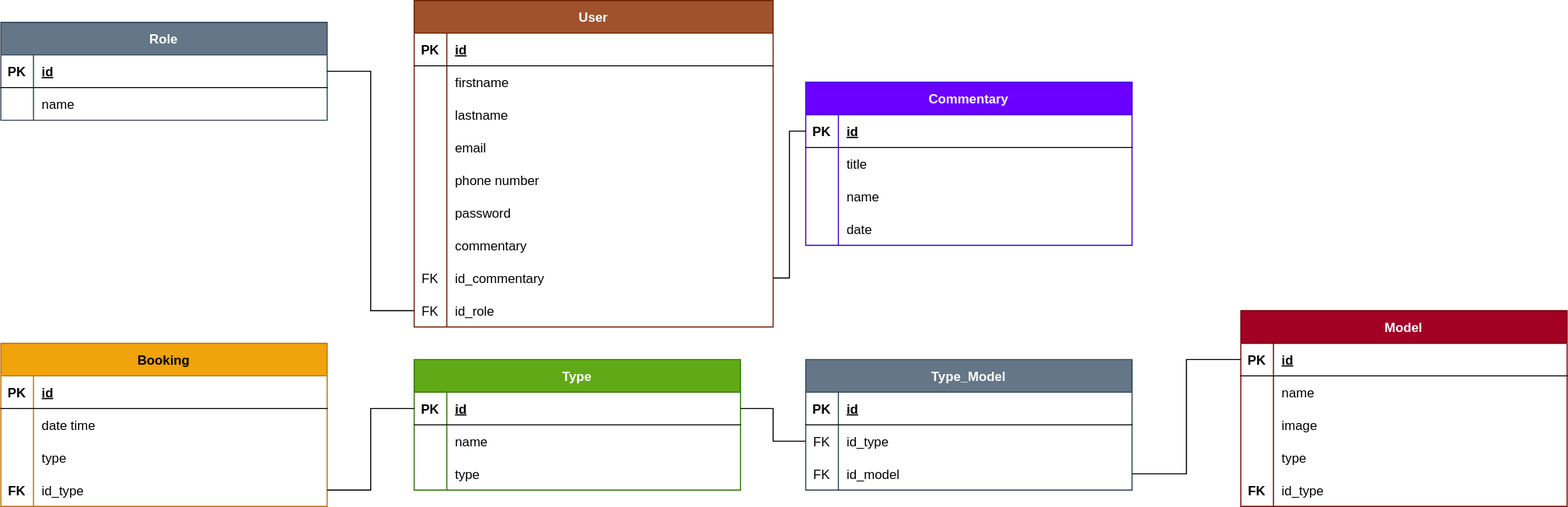
ikezadri/za.nails keeps this draw.io diagram as code/server/merise/MLD.drawio.svg. Above is the earlier version. Source tidied: cells renumbered, new cells last; positions are measured from the earlier drawing's top-left corner, leaving out a move shared by most shapes.
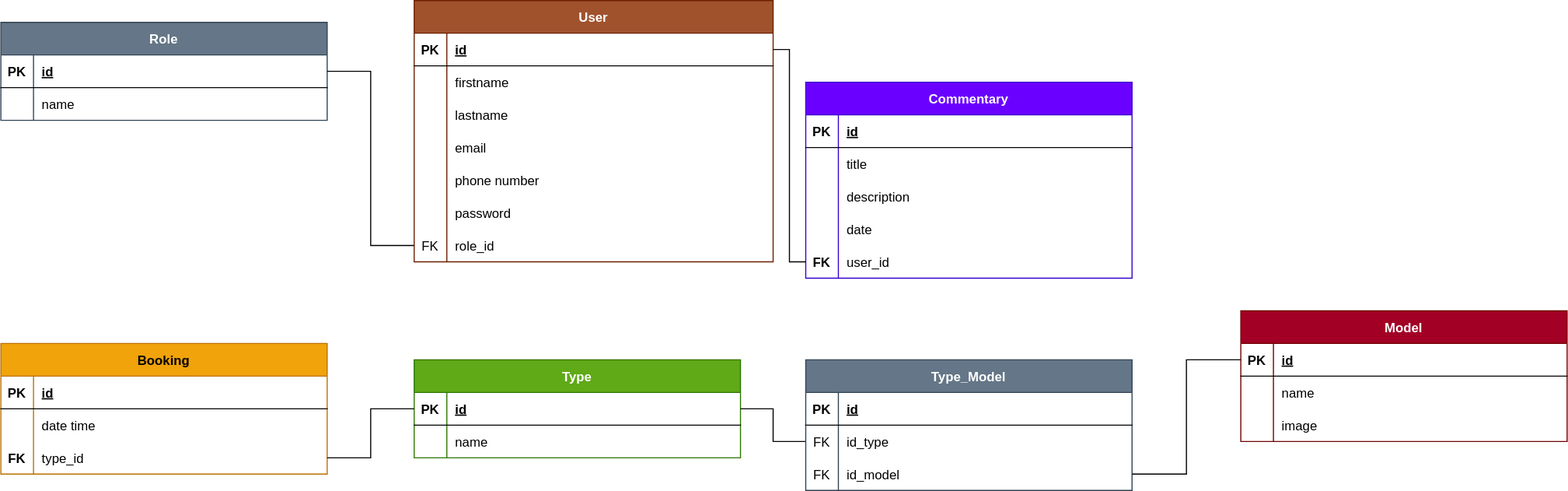
Later version of the same file.

Diff of the diagram source:
```diff
@@ -24,7 +24,7 @@
       <mxGeometry x="30" width="270" height="30" as="geometry" />
     </mxCell>
     <mxCell id="9" value="User" style="shape=table;startSize=30;rowLines=0;fontStyle=1;align=center;fillColor=#a0522d;fontColor=#ffffff;strokeColor=#6D1F00;" parent="1" vertex="1">
-      <mxGeometry x="380" width="330" height="300" as="geometry" />
+      <mxGeometry x="380" width="330" height="240" as="geometry" />
     </mxCell>
     <mxCell id="10" style="shape=tableRow;horizontal=0;startSize=0;swimlaneHead=0;swimlaneBody=0;fillColor=none;points=[[0,0.5],[1,0.5]];portConstraint=eastwest;top=0;left=0;right=0;bottom=1;" parent="9" vertex="1">
       <mxGeometry y="30" width="330" height="30" as="geometry" />
@@ -80,35 +80,17 @@
     <mxCell id="27" value="password " style="shape=partialRectangle;fillColor=none;top=0;left=0;bottom=0;right=0;align=left;spacingLeft=6;overflow=hidden;" parent="25" vertex="1">
       <mxGeometry x="30" width="300" height="30" as="geometry" />
     </mxCell>
-    <mxCell id="28" style="shape=tableRow;horizontal=0;startSize=0;swimlaneHead=0;swimlaneBody=0;fillColor=none;top=0;left=0;right=0;bottom=0;" parent="9" vertex="1">
-      <mxGeometry y="210" width="330" height="30" as="geometry" />
-    </mxCell>
-    <mxCell id="29" style="shape=partialRectangle;fillColor=none;top=0;left=0;bottom=0;right=0;overflow=hidden;" parent="28" vertex="1">
-      <mxGeometry width="30" height="30" as="geometry" />
-    </mxCell>
-    <mxCell id="30" value="commentary " style="shape=partialRectangle;fillColor=none;top=0;left=0;bottom=0;right=0;align=left;spacingLeft=6;overflow=hidden;" parent="28" vertex="1">
-      <mxGeometry x="30" width="300" height="30" as="geometry" />
-    </mxCell>
-    <mxCell id="31" style="shape=tableRow;horizontal=0;startSize=0;swimlaneHead=0;swimlaneBody=0;fillColor=none;points=[[0,0.5],[1,0.5]];portConstraint=eastwest;top=0;left=0;right=0;bottom=0;" parent="9" vertex="1">
-      <mxGeometry y="240" width="330" height="30" as="geometry" />
-    </mxCell>
-    <mxCell id="32" value="FK" style="shape=partialRectangle;fillColor=none;top=0;left=0;bottom=0;right=0;overflow=hidden;" parent="31" vertex="1">
-      <mxGeometry width="30" height="30" as="geometry" />
-    </mxCell>
-    <mxCell id="33" value="id_commentary" style="shape=partialRectangle;fillColor=none;top=0;left=0;bottom=0;right=0;align=left;spacingLeft=6;overflow=hidden;" parent="31" vertex="1">
-      <mxGeometry x="30" width="300" height="30" as="geometry" />
-    </mxCell>
     <mxCell id="34" style="shape=tableRow;horizontal=0;startSize=0;swimlaneHead=0;swimlaneBody=0;fillColor=none;points=[[0,0.5],[1,0.5]];portConstraint=eastwest;top=0;left=0;right=0;bottom=0;" parent="9" vertex="1">
-      <mxGeometry y="270" width="330" height="30" as="geometry" />
+      <mxGeometry y="210" width="330" height="30" as="geometry" />
     </mxCell>
     <mxCell id="35" value="FK" style="shape=partialRectangle;fillColor=none;top=0;left=0;bottom=0;right=0;overflow=hidden;" parent="34" vertex="1">
       <mxGeometry width="30" height="30" as="geometry" />
     </mxCell>
-    <mxCell id="36" value="id_role" style="shape=partialRectangle;fillColor=none;top=0;left=0;bottom=0;right=0;align=left;spacingLeft=6;overflow=hidden;" parent="34" vertex="1">
+    <mxCell id="36" value="role_id" style="shape=partialRectangle;fillColor=none;top=0;left=0;bottom=0;right=0;align=left;spacingLeft=6;overflow=hidden;" parent="34" vertex="1">
       <mxGeometry x="30" width="300" height="30" as="geometry" />
     </mxCell>
     <mxCell id="37" value="Booking" style="shape=table;startSize=30;rowLines=0;fontStyle=1;align=center;fillColor=#f0a30a;fontColor=#000000;strokeColor=#BD7000;" parent="1" vertex="1">
-      <mxGeometry y="315" width="300" height="150" as="geometry" />
+      <mxGeometry y="315" width="300" height="120" as="geometry" />
     </mxCell>
     <mxCell id="38" style="shape=tableRow;horizontal=0;startSize=0;swimlaneHead=0;swimlaneBody=0;fillColor=none;top=0;left=0;right=0;bottom=1;" parent="37" vertex="1">
       <mxGeometry y="30" width="300" height="30" as="geometry" />
@@ -128,26 +110,17 @@
     <mxCell id="43" value="date time " style="shape=partialRectangle;fillColor=none;top=0;left=0;bottom=0;right=0;align=left;spacingLeft=6;overflow=hidden;" parent="41" vertex="1">
       <mxGeometry x="30" width="270" height="30" as="geometry" />
     </mxCell>
-    <mxCell id="44" style="shape=tableRow;horizontal=0;startSize=0;swimlaneHead=0;swimlaneBody=0;fillColor=none;top=0;left=0;right=0;bottom=0;" parent="37" vertex="1">
-      <mxGeometry y="90" width="300" height="30" as="geometry" />
-    </mxCell>
-    <mxCell id="45" style="shape=partialRectangle;fillColor=none;top=0;left=0;bottom=0;right=0;overflow=hidden;" parent="44" vertex="1">
-      <mxGeometry width="30" height="30" as="geometry" />
-    </mxCell>
-    <mxCell id="46" value="type " style="shape=partialRectangle;fillColor=none;top=0;left=0;bottom=0;right=0;align=left;spacingLeft=6;overflow=hidden;" parent="44" vertex="1">
-      <mxGeometry x="30" width="270" height="30" as="geometry" />
-    </mxCell>
     <mxCell id="47" style="shape=tableRow;horizontal=0;startSize=0;swimlaneHead=0;swimlaneBody=0;fillColor=none;points=[[0,0.5],[1,0.5]];portConstraint=eastwest;top=0;left=0;right=0;bottom=0;" parent="37" vertex="1">
-      <mxGeometry y="120" width="300" height="30" as="geometry" />
+      <mxGeometry y="90" width="300" height="30" as="geometry" />
     </mxCell>
     <mxCell id="48" value="FK" style="shape=partialRectangle;fillColor=none;top=0;left=0;bottom=0;right=0;overflow=hidden;fontStyle=1;" parent="47" vertex="1">
       <mxGeometry width="30" height="30" as="geometry" />
     </mxCell>
-    <mxCell id="49" value="id_type" style="shape=partialRectangle;fillColor=none;top=0;left=0;bottom=0;right=0;align=left;spacingLeft=6;overflow=hidden;" parent="47" vertex="1">
+    <mxCell id="49" value="type_id" style="shape=partialRectangle;fillColor=none;top=0;left=0;bottom=0;right=0;align=left;spacingLeft=6;overflow=hidden;" parent="47" vertex="1">
       <mxGeometry x="30" width="270" height="30" as="geometry" />
     </mxCell>
     <mxCell id="50" value="Type" style="shape=table;startSize=30;rowLines=0;fontStyle=1;align=center;fillColor=#60a917;fontColor=#ffffff;strokeColor=#2D7600;" parent="1" vertex="1">
-      <mxGeometry x="380" y="330" width="300" height="120" as="geometry" />
+      <mxGeometry x="380" y="330" width="300" height="90" as="geometry" />
     </mxCell>
     <mxCell id="51" style="shape=tableRow;horizontal=0;startSize=0;swimlaneHead=0;swimlaneBody=0;fillColor=none;points=[[0,0.5],[1,0.5]];portConstraint=eastwest;top=0;left=0;right=0;bottom=1;" parent="50" vertex="1">
       <mxGeometry y="30" width="300" height="30" as="geometry" />
@@ -167,20 +140,11 @@
     <mxCell id="56" value="name " style="shape=partialRectangle;fillColor=none;top=0;left=0;bottom=0;right=0;align=left;spacingLeft=6;overflow=hidden;" parent="54" vertex="1">
       <mxGeometry x="30" width="270" height="30" as="geometry" />
     </mxCell>
-    <mxCell id="57" style="shape=tableRow;horizontal=0;startSize=0;swimlaneHead=0;swimlaneBody=0;fillColor=none;top=0;left=0;right=0;bottom=0;" parent="50" vertex="1">
-      <mxGeometry y="90" width="300" height="30" as="geometry" />
-    </mxCell>
-    <mxCell id="58" style="shape=partialRectangle;fillColor=none;top=0;left=0;bottom=0;right=0;overflow=hidden;" parent="57" vertex="1">
-      <mxGeometry width="30" height="30" as="geometry" />
-    </mxCell>
-    <mxCell id="59" value="type " style="shape=partialRectangle;fillColor=none;top=0;left=0;bottom=0;right=0;align=left;spacingLeft=6;overflow=hidden;" parent="57" vertex="1">
-      <mxGeometry x="30" width="270" height="30" as="geometry" />
-    </mxCell>
     <mxCell id="60" style="endArrow=none;html=1;rounded=0;exitX=1;exitY=0.5;exitDx=0;exitDy=0;entryX=0;entryY=0.5;entryDx=0;entryDy=0;edgeStyle=orthogonalEdgeStyle;" parent="1" edge="1" source="47" target="51">
       <mxGeometry relative="1" as="geometry" />
     </mxCell>
     <mxCell id="61" value="Model" style="shape=table;startSize=30;rowLines=0;fontStyle=1;align=center;fillColor=#a20025;strokeColor=#6F0000;fontColor=#ffffff;" parent="1" vertex="1">
-      <mxGeometry x="1140" y="285" width="300" height="180" as="geometry" />
+      <mxGeometry x="1140" y="285" width="300" height="120" as="geometry" />
     </mxCell>
     <mxCell id="62" style="shape=tableRow;horizontal=0;startSize=0;swimlaneHead=0;swimlaneBody=0;fillColor=none;points=[[0,0.5],[1,0.5]];portConstraint=eastwest;top=0;left=0;right=0;bottom=1;" parent="61" vertex="1">
       <mxGeometry y="30" width="300" height="30" as="geometry" />
@@ -209,29 +173,11 @@
     <mxCell id="70" value="image" style="shape=partialRectangle;fillColor=none;top=0;left=0;bottom=0;right=0;align=left;spacingLeft=6;overflow=hidden;" parent="68" vertex="1">
       <mxGeometry x="30" width="270" height="30" as="geometry" />
     </mxCell>
-    <mxCell id="71" style="shape=tableRow;horizontal=0;startSize=0;swimlaneHead=0;swimlaneBody=0;fillColor=none;top=0;left=0;right=0;bottom=0;" parent="61" vertex="1">
-      <mxGeometry y="120" width="300" height="30" as="geometry" />
-    </mxCell>
-    <mxCell id="72" style="shape=partialRectangle;fillColor=none;top=0;left=0;bottom=0;right=0;overflow=hidden;" parent="71" vertex="1">
-      <mxGeometry width="30" height="30" as="geometry" />
-    </mxCell>
-    <mxCell id="73" value="type " style="shape=partialRectangle;fillColor=none;top=0;left=0;bottom=0;right=0;align=left;spacingLeft=6;overflow=hidden;" parent="71" vertex="1">
-      <mxGeometry x="30" width="270" height="30" as="geometry" />
-    </mxCell>
-    <mxCell id="74" style="shape=tableRow;horizontal=0;startSize=0;swimlaneHead=0;swimlaneBody=0;fillColor=none;points=[[0,0.5],[1,0.5]];portConstraint=eastwest;top=0;left=0;right=0;bottom=0;" parent="61" vertex="1">
-      <mxGeometry y="150" width="300" height="30" as="geometry" />
-    </mxCell>
-    <mxCell id="75" value="FK" style="shape=partialRectangle;fillColor=none;top=0;left=0;bottom=0;right=0;overflow=hidden;fontStyle=1;" parent="74" vertex="1">
-      <mxGeometry width="30" height="30" as="geometry" />
-    </mxCell>
-    <mxCell id="76" value="id_type" style="shape=partialRectangle;fillColor=none;top=0;left=0;bottom=0;right=0;align=left;spacingLeft=6;overflow=hidden;" parent="74" vertex="1">
-      <mxGeometry x="30" width="270" height="30" as="geometry" />
-    </mxCell>
     <mxCell id="77" style="endArrow=none;html=1;rounded=0;exitX=1;exitY=0.5;exitDx=0;exitDy=0;entryX=0;entryY=0.5;entryDx=0;entryDy=0;edgeStyle=orthogonalEdgeStyle;" parent="1" edge="1" source="51" target="96">
       <mxGeometry relative="1" as="geometry" />
     </mxCell>
     <mxCell id="78" value="Commentary" style="shape=table;startSize=30;rowLines=0;fontStyle=1;align=center;fillColor=#6a00ff;strokeColor=#3700CC;fontColor=#ffffff;" parent="1" vertex="1">
-      <mxGeometry x="740" y="75" width="300" height="150" as="geometry" />
+      <mxGeometry x="740" y="75" width="300" height="180" as="geometry" />
     </mxCell>
     <mxCell id="79" style="shape=tableRow;horizontal=0;startSize=0;swimlaneHead=0;swimlaneBody=0;fillColor=none;points=[[0,0.5],[1,0.5]];portConstraint=eastwest;top=0;left=0;right=0;bottom=1;" parent="78" vertex="1">
       <mxGeometry y="30" width="300" height="30" as="geometry" />
@@ -257,7 +203,7 @@
     <mxCell id="86" style="shape=partialRectangle;fillColor=none;top=0;left=0;bottom=0;right=0;overflow=hidden;" parent="85" vertex="1">
       <mxGeometry width="30" height="30" as="geometry" />
     </mxCell>
-    <mxCell id="87" value="name " style="shape=partialRectangle;fillColor=none;top=0;left=0;bottom=0;right=0;align=left;spacingLeft=6;overflow=hidden;" parent="85" vertex="1">
+    <mxCell id="87" value="description" style="shape=partialRectangle;fillColor=none;top=0;left=0;bottom=0;right=0;align=left;spacingLeft=6;overflow=hidden;" parent="85" vertex="1">
       <mxGeometry x="30" width="270" height="30" as="geometry" />
     </mxCell>
     <mxCell id="88" style="shape=tableRow;horizontal=0;startSize=0;swimlaneHead=0;swimlaneBody=0;fillColor=none;top=0;left=0;right=0;bottom=0;" parent="78" vertex="1">
@@ -269,7 +215,16 @@
     <mxCell id="90" value="date " style="shape=partialRectangle;fillColor=none;top=0;left=0;bottom=0;right=0;align=left;spacingLeft=6;overflow=hidden;" parent="88" vertex="1">
       <mxGeometry x="30" width="270" height="30" as="geometry" />
     </mxCell>
+    <mxCell id="74" style="shape=tableRow;horizontal=0;startSize=0;swimlaneHead=0;swimlaneBody=0;fillColor=none;points=[[0,0.5],[1,0.5]];portConstraint=eastwest;top=0;left=0;right=0;bottom=0;" parent="78" vertex="1">
+      <mxGeometry y="150" width="300" height="30" as="geometry" />
+    </mxCell>
+    <mxCell id="75" value="FK" style="shape=partialRectangle;fillColor=none;top=0;left=0;bottom=0;right=0;overflow=hidden;fontStyle=1;" parent="74" vertex="1">
+      <mxGeometry width="30" height="30" as="geometry" />
+    </mxCell>
+    <mxCell id="104" value="user_id" style="shape=partialRectangle;fillColor=none;top=0;left=0;bottom=0;right=0;align=left;spacingLeft=6;overflow=hidden;" parent="74" vertex="1">
+      <mxGeometry x="30" width="270" height="30" as="geometry" />
+    </mxCell>
-    <mxCell id="91" style="endArrow=none;html=1;rounded=0;exitX=1;exitY=0.5;exitDx=0;exitDy=0;entryX=0;entryY=0.5;entryDx=0;entryDy=0;edgeStyle=orthogonalEdgeStyle;" parent="1" edge="1" source="31" target="79">
+    <mxCell id="91" style="endArrow=none;html=1;rounded=0;exitX=1;exitY=0.5;exitDx=0;exitDy=0;entryX=0;entryY=0.5;entryDx=0;entryDy=0;edgeStyle=orthogonalEdgeStyle;" parent="1" edge="1" source="10" target="74">
       <mxGeometry relative="1" as="geometry" />
     </mxCell>
     <mxCell id="92" value="Type_Model" style="shape=table;startSize=30;rowLines=0;fontStyle=1;align=center;fillColor=#647687;fontColor=#ffffff;strokeColor=#314354;" parent="1" vertex="1">
```
